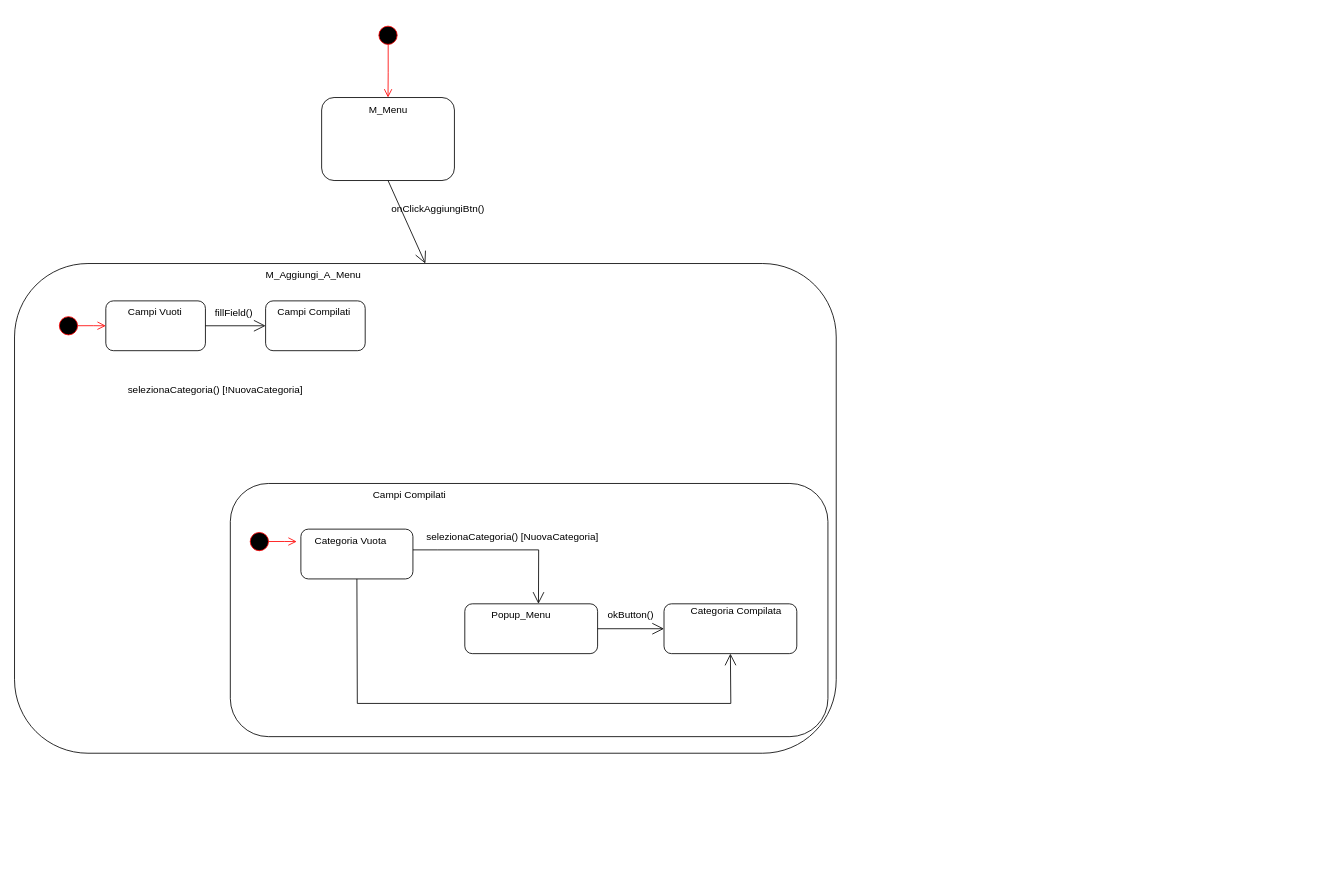
This is statecharts/statechart2.drawio from CristianCarrella/Ratatouille23, a draw.io file, before an edit. Source tidied: cells renumbered, new cells numbered last; positions are measured from the earlier drawing's top-left corner, leaving out a move shared by most shapes. Both pictures are drawn from the tidied source at 83%, with x=0, y=0 at pixel (14, 22).
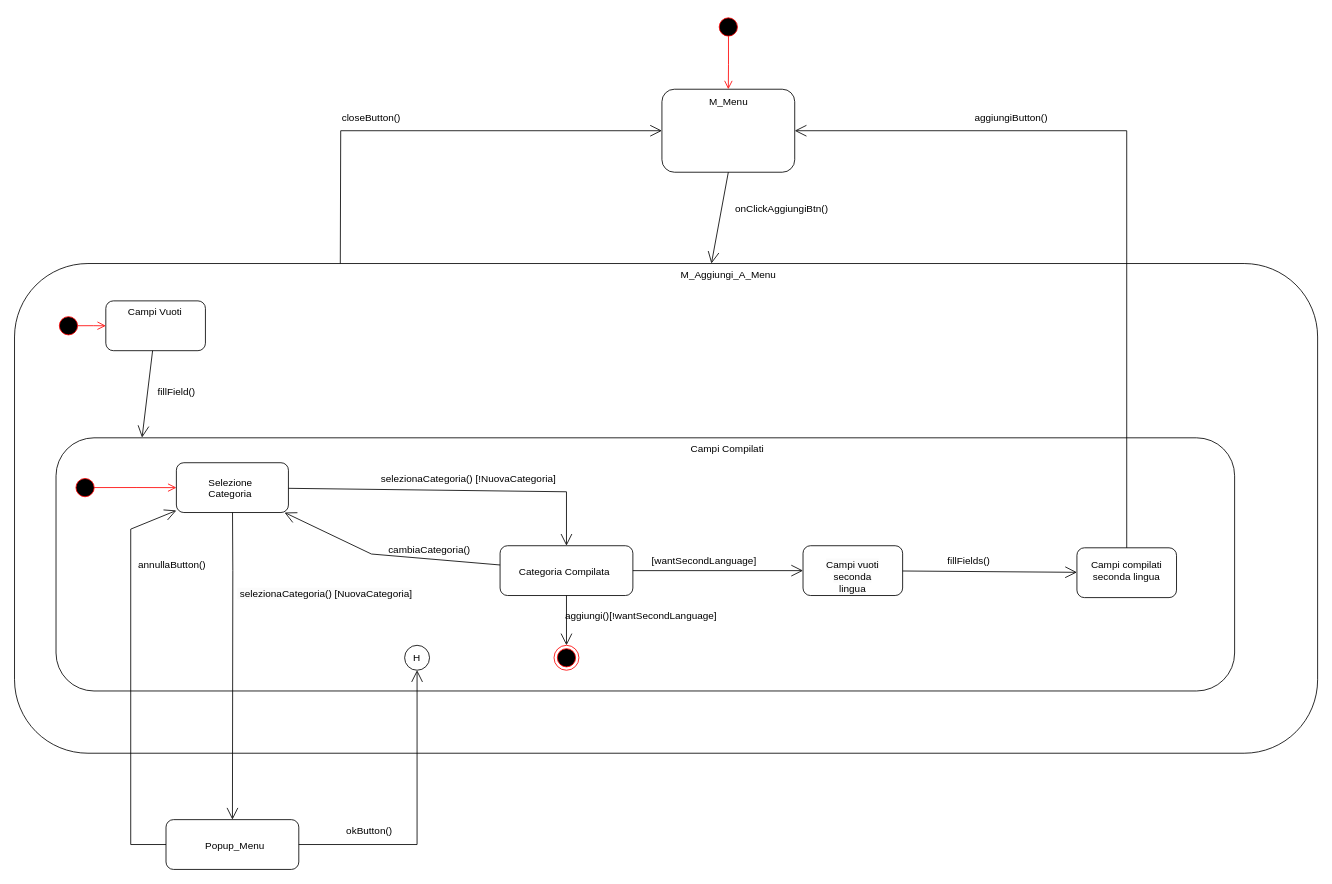
After the change.

The change refers to these unchanged cells:
```xml
<mxCell id="8" style="rounded=1;whiteSpace=wrap;html=1;" parent="1" vertex="1">
  <mxGeometry x="110" y="335" width="120" height="60" as="geometry" />
</mxCell>
```

Change to the diagram source:
```diff
@@
     <mxCell id="2" style="rounded=1;whiteSpace=wrap;html=1;" parent="1" vertex="1">
-      <mxGeometry y="290" width="990" height="590" as="geometry" />
+      <mxGeometry y="290" width="1570" height="590" as="geometry" />
     </mxCell>
     <mxCell id="3" style="rounded=1;whiteSpace=wrap;html=1;" parent="1" vertex="1">
-      <mxGeometry x="370" y="90" width="160" height="100" as="geometry" />
+      <mxGeometry x="780" y="80" width="160" height="100" as="geometry" />
     </mxCell>
     <mxCell id="4" value="&lt;span style=&quot;&quot;&gt;M_Menu&lt;/span&gt;" style="text;html=1;align=center;verticalAlign=middle;strokeColor=none;fillColor=none;" parent="1" vertex="1">
-      <mxGeometry x="415" y="90" width="70" height="30" as="geometry" />
+      <mxGeometry x="825" y="80" width="70" height="30" as="geometry" />
     </mxCell>
-    <mxCell id="5" style="endArrow=open;endFill=1;endSize=12;html=1;rounded=0;exitX=0.5;exitY=1;exitDx=0;exitDy=0;entryX=0.5;entryY=0;entryDx=0;entryDy=0;" parent="1" edge="1" source="3" target="2">
+    <mxCell id="5" style="endArrow=open;endFill=1;endSize=12;html=1;rounded=0;exitX=0.5;exitY=1;exitDx=0;exitDy=0;" parent="1" edge="1" source="3" target="2">
       <mxGeometry relative="1" as="geometry" />
     </mxCell>
     <mxCell id="6" value="onClickAggiungiBtn()" style="text;html=1;align=center;verticalAlign=middle;strokeColor=none;fillColor=none;" parent="1" vertex="1">
-      <mxGeometry x="440" y="210" width="140" height="30" as="geometry" />
+      <mxGeometry x="853.8" y="210" width="140" height="30" as="geometry" />
     </mxCell>
     <mxCell id="7" value="M_Aggiungi_A_Menu" style="text;whiteSpace=wrap;html=1;" parent="1" vertex="1">
-      <mxGeometry x="301.2" y="290" width="117.5" height="30" as="geometry" />
+      <mxGeometry x="801.2" y="290" width="117.5" height="30" as="geometry" />
     </mxCell>
@@
     <mxCell id="9" style="ellipse;html=1;shape=startState;fillColor=#000000;strokeColor=#ff0000;" parent="1" vertex="1">
-      <mxGeometry x="435" width="30" height="30" as="geometry" />
+      <mxGeometry x="845" y="-10" width="30" height="30" as="geometry" />
     </mxCell>
-    <mxCell id="10" style="edgeStyle=orthogonalEdgeStyle;html=1;verticalAlign=bottom;endArrow=open;endSize=8;strokeColor=#ff0000;rounded=0;exitX=0.506;exitY=0.869;exitDx=0;exitDy=0;exitPerimeter=0;" parent="1" edge="1" source="9">
-      <mxGeometry relative="1" as="geometry">
-        <mxPoint x="450" y="90" as="targetPoint" />
-      </mxGeometry>
+    <mxCell id="10" style="edgeStyle=orthogonalEdgeStyle;html=1;verticalAlign=bottom;endArrow=open;endSize=8;strokeColor=#ff0000;rounded=0;exitX=0.506;exitY=0.869;exitDx=0;exitDy=0;exitPerimeter=0;" parent="1" edge="1" source="9" target="3">
+      <mxGeometry relative="1" as="geometry" />
     </mxCell>
@@
-    <mxCell id="14" style="rounded=1;whiteSpace=wrap;html=1;" parent="1" vertex="1">
-      <mxGeometry x="302.5" y="335" width="120" height="60" as="geometry" />
-    </mxCell>
-    <mxCell id="15" value="Campi Compilati" style="text;whiteSpace=wrap;html=1;" parent="1" vertex="1">
-      <mxGeometry x="315" y="335" width="95" height="25" as="geometry" />
-    </mxCell>
-    <mxCell id="16" style="endArrow=open;endFill=1;endSize=12;html=1;rounded=0;exitX=1;exitY=0.5;exitDx=0;exitDy=0;entryX=0;entryY=0.5;entryDx=0;entryDy=0;" parent="1" edge="1" source="8" target="14">
+    <mxCell id="16" style="endArrow=open;endFill=1;endSize=12;html=1;rounded=0;entryX=0.073;entryY=-0.001;entryDx=0;entryDy=0;entryPerimeter=0;" parent="1" edge="1" source="8" target="19">
       <mxGeometry relative="1" as="geometry" />
     </mxCell>
     <mxCell id="17" value="fillField()" style="text;html=1;align=center;verticalAlign=middle;strokeColor=none;fillColor=none;" parent="1" vertex="1">
-      <mxGeometry x="229" y="335" width="70" height="30" as="geometry" />
+      <mxGeometry x="160" y="430" width="70" height="30" as="geometry" />
     </mxCell>
-    <mxCell id="18" value="&amp;nbsp;selezionaCategoria() [!NuovaCategoria]" style="text;html=1;align=center;verticalAlign=middle;strokeColor=none;fillColor=none;" parent="1" vertex="1">
-      <mxGeometry x="120" y="427.5" width="240" height="30" as="geometry" />
-    </mxCell>
     <mxCell id="19" style="rounded=1;whiteSpace=wrap;html=1;" parent="1" vertex="1">
-      <mxGeometry x="260" y="555" width="720" height="305" as="geometry" />
+      <mxGeometry x="50" y="500" width="1420" height="305" as="geometry" />
     </mxCell>
     <mxCell id="20" value="Campi Compilati" style="text;whiteSpace=wrap;html=1;" parent="1" vertex="1">
-      <mxGeometry x="430" y="555" width="95" height="25" as="geometry" />
+      <mxGeometry x="812.5" y="500" width="95" height="25" as="geometry" />
     </mxCell>
     <mxCell id="21" style="ellipse;html=1;shape=startState;fillColor=#000000;strokeColor=#ff0000;" parent="1" vertex="1">
-      <mxGeometry x="280" y="610" width="30" height="30" as="geometry" />
+      <mxGeometry x="70" y="545" width="30" height="30" as="geometry" />
     </mxCell>
-    <mxCell id="22" style="edgeStyle=orthogonalEdgeStyle;html=1;verticalAlign=bottom;endArrow=open;endSize=8;strokeColor=#ff0000;rounded=0;exitX=0.863;exitY=0.498;exitDx=0;exitDy=0;entryX=0;entryY=0.5;entryDx=0;entryDy=0;exitPerimeter=0;" parent="1" edge="1" source="21">
-      <mxGeometry relative="1" as="geometry">
-        <mxPoint x="340" y="625" as="targetPoint" />
-      </mxGeometry>
+    <mxCell id="22" style="edgeStyle=orthogonalEdgeStyle;html=1;verticalAlign=bottom;endArrow=open;endSize=8;strokeColor=#ff0000;rounded=0;exitX=0.863;exitY=0.498;exitDx=0;exitDy=0;exitPerimeter=0;" parent="1" edge="1" source="21" target="23">
+      <mxGeometry relative="1" as="geometry" />
     </mxCell>
     <mxCell id="23" style="rounded=1;whiteSpace=wrap;html=1;" parent="1" vertex="1">
-      <mxGeometry x="345" y="610" width="135" height="60" as="geometry" />
+      <mxGeometry x="195" y="530" width="135" height="60" as="geometry" />
     </mxCell>
-    <mxCell id="24" value="Categoria Vuota" style="text;whiteSpace=wrap;html=1;" parent="1" vertex="1">
-      <mxGeometry x="360" y="610" width="95" height="25" as="geometry" />
+    <mxCell id="24" value="Selezione Categoria" style="text;whiteSpace=wrap;html=1;" parent="1" vertex="1">
+      <mxGeometry x="232" y="540" width="61" height="25" as="geometry" />
     </mxCell>
     <mxCell id="25" style="rounded=1;whiteSpace=wrap;html=1;" parent="1" vertex="1">
-      <mxGeometry x="782.5" y="700" width="160" height="60" as="geometry" />
+      <mxGeometry x="585" y="630" width="160" height="60" as="geometry" />
     </mxCell>
     <mxCell id="26" value="Categoria Compilata" style="text;whiteSpace=wrap;html=1;" parent="1" vertex="1">
-      <mxGeometry x="812.5" y="695" width="117.5" height="25" as="geometry" />
+      <mxGeometry x="606.2" y="647.5" width="117.5" height="25" as="geometry" />
     </mxCell>
     <mxCell id="27" style="rounded=1;whiteSpace=wrap;html=1;" parent="1" vertex="1">
-      <mxGeometry x="542.5" y="700" width="160" height="60" as="geometry" />
+      <mxGeometry x="182.5" y="960" width="160" height="60" as="geometry" />
     </mxCell>
     <mxCell id="28" value="Popup_Menu" style="text;whiteSpace=wrap;html=1;" parent="1" vertex="1">
-      <mxGeometry x="572.5" y="700" width="117.5" height="25" as="geometry" />
+      <mxGeometry x="228.1" y="977.5" width="68.8" height="25" as="geometry" />
     </mxCell>
-    <mxCell id="29" style="endArrow=open;endFill=1;endSize=12;html=1;rounded=0;exitX=1;exitY=0.5;exitDx=0;exitDy=0;entryX=0;entryY=0.5;entryDx=0;entryDy=0;" parent="1" edge="1" source="27" target="25">
-      <mxGeometry relative="1" as="geometry" />
+    <mxCell id="29" style="endArrow=open;endFill=1;endSize=12;html=1;rounded=0;exitX=1;exitY=0.5;exitDx=0;exitDy=0;" parent="1" edge="1" source="27" target="42">
+      <mxGeometry relative="1" as="geometry">
+        <Array as="points">
+          <mxPoint x="485" y="990" />
+        </Array>
+      </mxGeometry>
     </mxCell>
     <mxCell id="30" value="okButton()" style="text;whiteSpace=wrap;html=1;" parent="1" vertex="1">
-      <mxGeometry x="712.5" y="700" width="57.5" height="25" as="geometry" />
+      <mxGeometry x="397.5" y="960" width="57.5" height="25" as="geometry" />
     </mxCell>
-    <mxCell id="31" style="endArrow=open;endFill=1;endSize=12;html=1;rounded=0;exitX=1;exitY=0.5;exitDx=0;exitDy=0;entryX=0.5;entryY=0;entryDx=0;entryDy=0;" parent="1" edge="1" target="28">
+    <mxCell id="31" style="endArrow=open;endFill=1;endSize=12;html=1;rounded=0;" parent="1" edge="1" source="23" target="27">
       <mxGeometry relative="1" as="geometry">
-        <mxPoint x="480" y="635" as="sourcePoint" />
         <Array as="points">
-          <mxPoint x="510" y="635" />
-          <mxPoint x="631.5" y="635" />
+          <mxPoint x="263" y="660" />
         </Array>
       </mxGeometry>
     </mxCell>
-    <mxCell id="32" style="endArrow=open;endFill=1;endSize=12;html=1;rounded=0;exitX=0.5;exitY=1;exitDx=0;exitDy=0;entryX=0.5;entryY=1;entryDx=0;entryDy=0;" parent="1" edge="1" source="23" target="25">
+    <mxCell id="32" style="endArrow=open;endFill=1;endSize=12;html=1;rounded=0;" parent="1" edge="1" source="23" target="25">
       <mxGeometry relative="1" as="geometry">
         <Array as="points">
-          <mxPoint x="413" y="820" />
-          <mxPoint x="863" y="820" />
+          <mxPoint x="665" y="565" />
         </Array>
       </mxGeometry>
     </mxCell>
-    <mxCell id="33" value="&amp;nbsp;selezionaCategoria() [NuovaCategoria]" style="text;html=1;align=center;verticalAlign=middle;strokeColor=none;fillColor=none;" parent="1" vertex="1">
-      <mxGeometry x="482.5" y="605" width="230" height="30" as="geometry" />
+    <mxCell id="33" value="&amp;nbsp;selezionaCategoria() [!NuovaCategoria]" style="text;html=1;align=center;verticalAlign=middle;strokeColor=none;fillColor=none;" parent="1" vertex="1">
+      <mxGeometry x="425" y="535" width="240" height="30" as="geometry" />
     </mxCell>
+    <mxCell id="34" value="&#10;&lt;span style=&quot;color: rgb(0, 0, 0); font-family: Helvetica; font-size: 12px; font-style: normal; font-variant-ligatures: normal; font-variant-caps: normal; font-weight: 400; letter-spacing: normal; orphans: 2; text-align: center; text-indent: 0px; text-transform: none; widows: 2; word-spacing: 0px; -webkit-text-stroke-width: 0px; background-color: rgb(251, 251, 251); text-decoration-thickness: initial; text-decoration-style: initial; text-decoration-color: initial; float: none; display: inline !important;&quot;&gt;&amp;nbsp;selezionaCategoria() [NuovaCategoria]&lt;/span&gt;&#10;&#10;" style="text;html=1;strokeColor=none;fillColor=none;align=center;verticalAlign=middle;whiteSpace=wrap;rounded=0;" parent="1" vertex="1">
+      <mxGeometry x="259" y="680" width="230" height="30" as="geometry" />
+    </mxCell>
+    <mxCell id="35" style="endArrow=open;endFill=1;endSize=12;html=1;rounded=0;" parent="1" edge="1" source="25" target="46">
+      <mxGeometry relative="1" as="geometry" />
+    </mxCell>
+    <mxCell id="36" style="endArrow=open;endFill=1;endSize=12;html=1;rounded=0;" parent="1" edge="1" source="25" target="37">
+      <mxGeometry relative="1" as="geometry" />
+    </mxCell>
+    <mxCell id="37" style="ellipse;html=1;shape=endState;fillColor=#000000;strokeColor=#ff0000;" parent="1" vertex="1">
+      <mxGeometry x="650" y="750" width="30" height="30" as="geometry" />
+    </mxCell>
+    <mxCell id="38" value="aggiungi()[!wantSecondLanguage]" style="text;html=1;strokeColor=none;fillColor=none;align=center;verticalAlign=middle;whiteSpace=wrap;rounded=0;" parent="1" vertex="1">
+      <mxGeometry x="660" y="700" width="190" height="30" as="geometry" />
+    </mxCell>
+    <mxCell id="39" value="[wantSecondLanguage]" style="text;html=1;strokeColor=none;fillColor=none;align=center;verticalAlign=middle;whiteSpace=wrap;rounded=0;" parent="1" vertex="1">
+      <mxGeometry x="801.2" y="632.5" width="60" height="30" as="geometry" />
+    </mxCell>
+    <mxCell id="40" style="rounded=1;whiteSpace=wrap;html=1;" parent="1" vertex="1">
+      <mxGeometry x="1280" y="632.5" width="120" height="60" as="geometry" />
+    </mxCell>
+    <mxCell id="41" value="Campi compilati seconda lingua" style="text;html=1;strokeColor=none;fillColor=none;align=center;verticalAlign=middle;whiteSpace=wrap;rounded=0;" parent="1" vertex="1">
+      <mxGeometry x="1290" y="645" width="100" height="30" as="geometry" />
+    </mxCell>
+    <mxCell id="42" style="ellipse;whiteSpace=wrap;html=1;" parent="1" vertex="1">
+      <mxGeometry x="470" y="750" width="30" height="30" as="geometry" />
+    </mxCell>
+    <mxCell id="43" value="H" style="text;html=1;strokeColor=none;fillColor=none;align=center;verticalAlign=middle;whiteSpace=wrap;rounded=0;" parent="1" vertex="1">
+      <mxGeometry x="455" y="750" width="60" height="30" as="geometry" />
+    </mxCell>
+    <mxCell id="44" style="endArrow=open;endFill=1;endSize=12;html=1;rounded=0;" parent="1" edge="1" source="25" target="23">
+      <mxGeometry relative="1" as="geometry">
+        <Array as="points">
+          <mxPoint x="430" y="640" />
+        </Array>
+      </mxGeometry>
+    </mxCell>
+    <mxCell id="45" value="cambiaCategoria()" style="text;html=1;strokeColor=none;fillColor=none;align=center;verticalAlign=middle;whiteSpace=wrap;rounded=0;" parent="1" vertex="1">
+      <mxGeometry x="470" y="620" width="60" height="30" as="geometry" />
+    </mxCell>
+    <mxCell id="46" style="rounded=1;whiteSpace=wrap;html=1;" parent="1" vertex="1">
+      <mxGeometry x="950" y="630" width="120" height="60" as="geometry" />
+    </mxCell>
+    <mxCell id="47" value="&lt;br&gt;&lt;span style=&quot;color: rgb(0, 0, 0); font-family: Helvetica; font-size: 12px; font-style: normal; font-variant-ligatures: normal; font-variant-caps: normal; font-weight: 400; letter-spacing: normal; orphans: 2; text-align: center; text-indent: 0px; text-transform: none; widows: 2; word-spacing: 0px; -webkit-text-stroke-width: 0px; background-color: rgb(251, 251, 251); text-decoration-thickness: initial; text-decoration-style: initial; text-decoration-color: initial; float: none; display: inline !important;&quot;&gt;Campi vuoti seconda lingua&lt;/span&gt;&lt;br&gt;" style="text;html=1;strokeColor=none;fillColor=none;align=center;verticalAlign=middle;whiteSpace=wrap;rounded=0;" parent="1" vertex="1">
+      <mxGeometry x="970" y="645" width="80" height="30" as="geometry" />
+    </mxCell>
+    <mxCell id="48" style="endArrow=open;endFill=1;endSize=12;html=1;rounded=0;" parent="1" edge="1" source="46" target="40">
+      <mxGeometry relative="1" as="geometry" />
+    </mxCell>
+    <mxCell id="49" value="fillFields()" style="text;html=1;strokeColor=none;fillColor=none;align=center;verticalAlign=middle;whiteSpace=wrap;rounded=0;" parent="1" vertex="1">
+      <mxGeometry x="1120" y="632.5" width="60" height="30" as="geometry" />
+    </mxCell>
+    <mxCell id="50" style="endArrow=open;endFill=1;endSize=12;html=1;rounded=0;" parent="1" edge="1" source="27" target="23">
+      <mxGeometry relative="1" as="geometry">
+        <Array as="points">
+          <mxPoint x="140" y="990" />
+          <mxPoint x="140" y="610" />
+        </Array>
+      </mxGeometry>
+    </mxCell>
+    <mxCell id="51" value="annullaButton()" style="text;html=1;strokeColor=none;fillColor=none;align=center;verticalAlign=middle;whiteSpace=wrap;rounded=0;" parent="1" vertex="1">
+      <mxGeometry x="160" y="637.5" width="60" height="30" as="geometry" />
+    </mxCell>
+    <mxCell id="52" style="endArrow=open;endFill=1;endSize=12;html=1;rounded=0;" parent="1" edge="1" source="40" target="3">
+      <mxGeometry relative="1" as="geometry">
+        <Array as="points">
+          <mxPoint x="1340" y="130" />
+        </Array>
+      </mxGeometry>
+    </mxCell>
+    <mxCell id="53" value="aggiungiButton()" style="text;html=1;strokeColor=none;fillColor=none;align=center;verticalAlign=middle;whiteSpace=wrap;rounded=0;" parent="1" vertex="1">
+      <mxGeometry x="1171" y="100" width="60" height="30" as="geometry" />
+    </mxCell>
+    <mxCell id="54" style="endArrow=open;endFill=1;endSize=12;html=1;rounded=0;exitX=0.25;exitY=0;exitDx=0;exitDy=0;" parent="1" edge="1" source="2" target="3">
+      <mxGeometry relative="1" as="geometry">
+        <Array as="points">
+          <mxPoint x="393" y="130" />
+        </Array>
+      </mxGeometry>
+    </mxCell>
+    <mxCell id="55" value="closeButton()" style="text;html=1;strokeColor=none;fillColor=none;align=center;verticalAlign=middle;whiteSpace=wrap;rounded=0;" parent="1" vertex="1">
+      <mxGeometry x="400" y="100" width="60" height="30" as="geometry" />
+    </mxCell>
```
